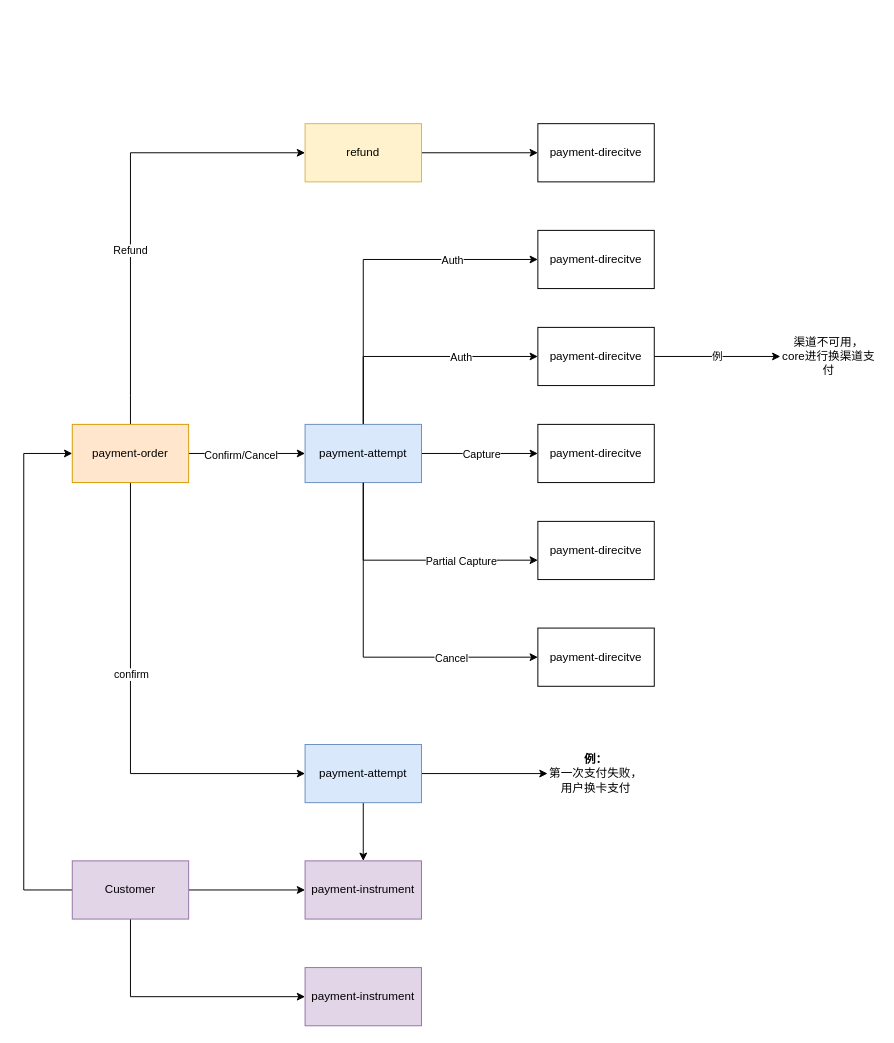
Earlier version of the draw.io diagram page "Page-2" (2 of 3) of Untitled Diagram.drawio (JudeSheng/MarkdownNote). Source tidied: cells renumbered, new cells numbered last; positions are measured from the earlier drawing's top-left corner, leaving out a move shared by most shapes. Both pictures are drawn from the tidied source at 97%, with x=0, y=0 at pixel (23, 123).
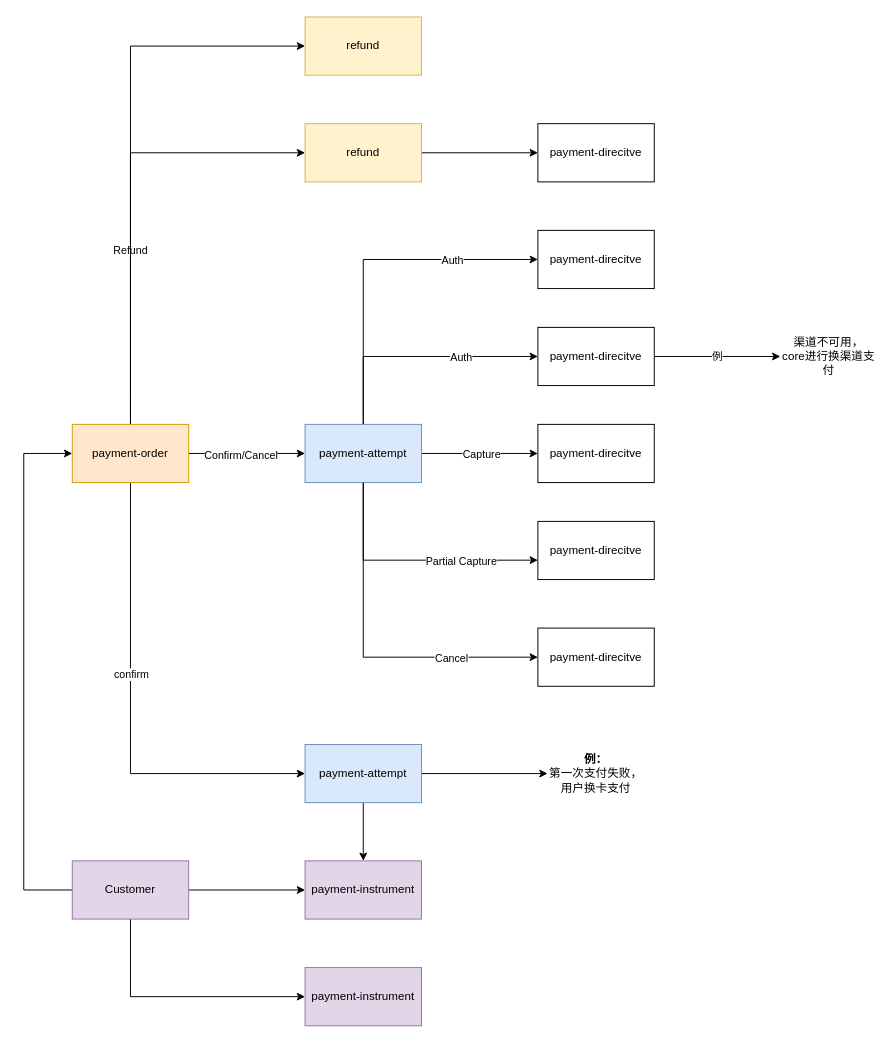
The same page after the edit.

The change refers to these unchanged cells:
```xml
<mxCell id="8" value="payment-order" style="rounded=0;whiteSpace=wrap;html=1;fillColor=#ffe6cc;strokeColor=#d79b00;" parent="1" vertex="1">
  <mxGeometry x="50" y="310" width="120" height="60" as="geometry" />
</mxCell>
```

Diff of the diagram source:
```diff
@@
+    <mxCell id="40" style="edgeStyle=orthogonalEdgeStyle;rounded=0;jettySize=auto;html=1;" parent="1" edge="1" source="8" target="41">
+      <mxGeometry relative="1" as="geometry">
+        <Array as="points">
+          <mxPoint x="110" y="-80" />
+        </Array>
+      </mxGeometry>
+    </mxCell>
@@
+    <mxCell id="41" value="refund" style="rounded=0;whiteSpace=wrap;html=1;fillColor=#fff2cc;strokeColor=#d6b656;" parent="1" vertex="1">
+      <mxGeometry x="290" y="-110" width="120" height="60" as="geometry" />
+    </mxCell>
```
